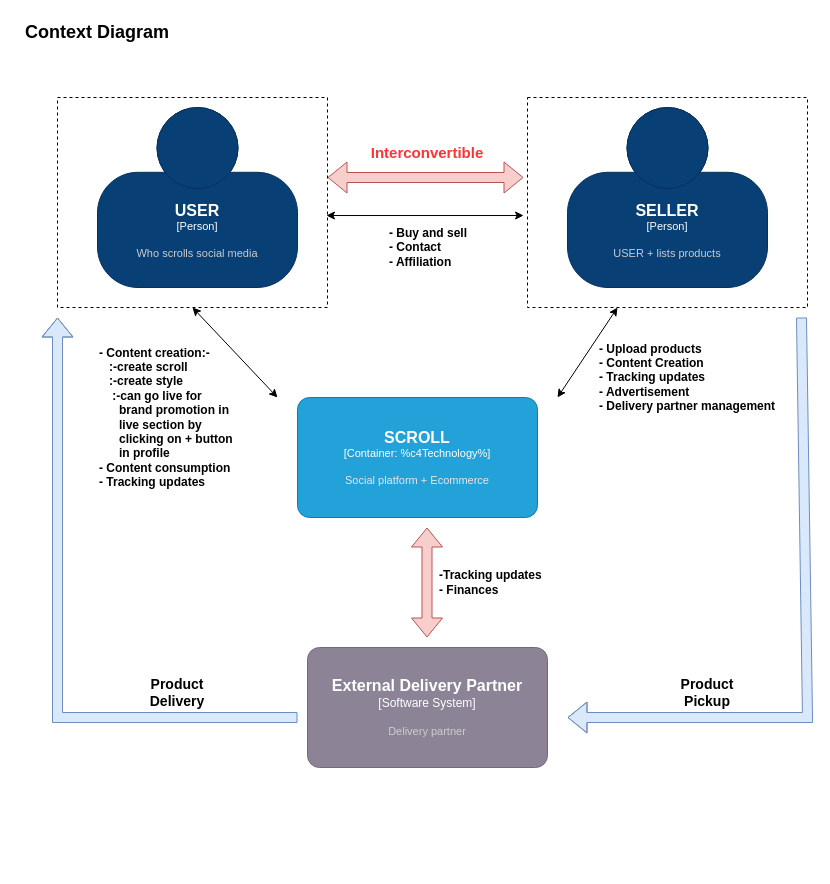
The draw.io diagram page "Page-1" (1 of 4) of Untitled Diagram.drawio in VishalJx/Draw.io, before the edit. Source tidied: cells renumbered, new cells numbered last; positions are measured from the earlier drawing's top-left corner, leaving out a move shared by most shapes. Both pictures are drawn from the tidied source at 100%, with x=0, y=0 at pixel (17, 17).
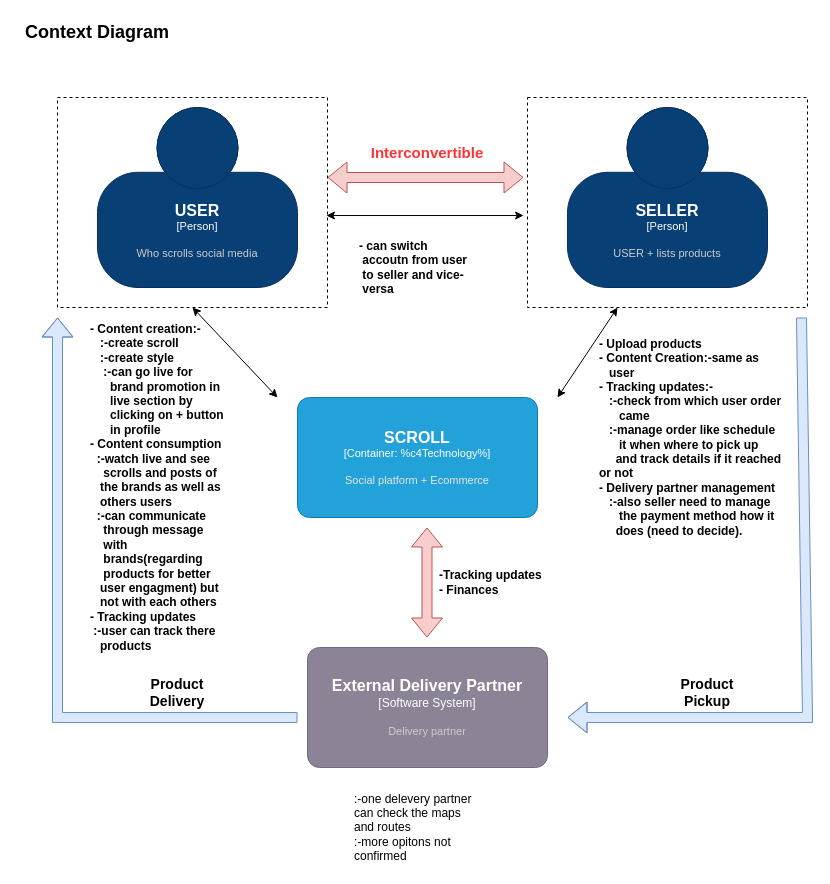
After the change.

Diff of the diagram source:
```diff
@@
-    <mxCell id="12" value="&lt;b&gt;- Upload products&lt;/b&gt;&lt;div&gt;&lt;b&gt;- Content Creation&lt;/b&gt;&lt;/div&gt;&lt;div&gt;&lt;b&gt;- Tracking updates&lt;/b&gt;&lt;/div&gt;&lt;div&gt;&lt;b&gt;- Advertisement&lt;/b&gt;&lt;/div&gt;&lt;div&gt;&lt;b&gt;- Delivery partner management&lt;/b&gt;&lt;/div&gt;" style="text;html=1;align=left;verticalAlign=middle;whiteSpace=wrap;rounded=0;" parent="1" vertex="1">
-      <mxGeometry x="580" y="310" width="190" height="100" as="geometry" />
+    <mxCell id="12" value="&lt;b&gt;- Upload products&lt;/b&gt;&lt;div&gt;&lt;b&gt;- Content Creation:-same as&amp;nbsp; &amp;nbsp; &amp;nbsp; &amp;nbsp; &amp;nbsp; &amp;nbsp;user&lt;/b&gt;&lt;/div&gt;&lt;div&gt;&lt;b&gt;- Tracking updates:-&lt;br&gt;&amp;nbsp; &amp;nbsp;:-check from which user order&amp;nbsp; &amp;nbsp; &amp;nbsp; &amp;nbsp; came&lt;br&gt;&amp;nbsp; &amp;nbsp;:-manage order like schedule&amp;nbsp; &amp;nbsp; &amp;nbsp; &amp;nbsp; &amp;nbsp; it when where to pick up&amp;nbsp;&lt;br&gt;&amp;nbsp; &amp;nbsp; &amp;nbsp;and track details if it reached or not&amp;nbsp;&lt;/b&gt;&lt;/div&gt;&lt;div&gt;&lt;b&gt;- Delivery partner management&lt;br&gt;&amp;nbsp; &amp;nbsp;:-also seller need to manage&lt;br&gt;&amp;nbsp; &amp;nbsp; &amp;nbsp; the payment method how it &lt;br&gt;&amp;nbsp; &amp;nbsp; &amp;nbsp;does (need to decide).&lt;/b&gt;&lt;/div&gt;" style="text;html=1;align=left;verticalAlign=middle;whiteSpace=wrap;rounded=0;" parent="1" vertex="1">
+      <mxGeometry x="580" y="370" width="190" height="100" as="geometry" />
     </mxCell>
@@
-    <mxCell id="15" value="&lt;b&gt;- Buy and sell&lt;/b&gt;&lt;div&gt;&lt;b&gt;- Contact&lt;/b&gt;&lt;/div&gt;&lt;div&gt;&lt;b&gt;- Affiliation&lt;/b&gt;&lt;/div&gt;" style="text;html=1;align=left;verticalAlign=middle;whiteSpace=wrap;rounded=0;" parent="1" vertex="1">
-      <mxGeometry x="370" y="190" width="120" height="80" as="geometry" />
+    <mxCell id="15" value="&lt;b&gt;- can switch&amp;nbsp; &amp;nbsp;accoutn from user&amp;nbsp; &amp;nbsp;to seller and vice-&amp;nbsp; &amp;nbsp;versa&lt;/b&gt;" style="text;html=1;align=left;verticalAlign=middle;whiteSpace=wrap;rounded=0;" parent="1" vertex="1">
+      <mxGeometry x="340" y="210" width="120" height="80" as="geometry" />
     </mxCell>
-    <mxCell id="16" value="&lt;b&gt;- Content creation:-&lt;/b&gt;&lt;div&gt;&lt;b&gt;&amp;nbsp; &amp;nbsp;:-create scroll&lt;br&gt;&amp;nbsp; &amp;nbsp;:-create style&lt;br&gt;&amp;nbsp; &amp;nbsp; :-can go live for&amp;nbsp; &amp;nbsp; &amp;nbsp; &amp;nbsp; &amp;nbsp; &amp;nbsp; &amp;nbsp; &amp;nbsp; brand promotion in&amp;nbsp; &amp;nbsp; &amp;nbsp; &amp;nbsp; live section by&amp;nbsp; &amp;nbsp; &amp;nbsp; &amp;nbsp; &amp;nbsp; &amp;nbsp; &amp;nbsp; &amp;nbsp; clicking on + button&amp;nbsp; &amp;nbsp; &amp;nbsp; &amp;nbsp; in profile&lt;br&gt;&lt;/b&gt;&lt;div&gt;&lt;b&gt;- Content consumption&lt;/b&gt;&lt;/div&gt;&lt;div&gt;&lt;b&gt;- Tracking updates&lt;/b&gt;&lt;/div&gt;&lt;/div&gt;" style="text;html=1;align=left;verticalAlign=middle;whiteSpace=wrap;rounded=0;" parent="1" vertex="1">
-      <mxGeometry x="80" y="360" width="140" height="80" as="geometry" />
+    <mxCell id="16" value="&lt;b&gt;- Content creation:-&lt;/b&gt;&lt;div&gt;&lt;b&gt;&amp;nbsp; &amp;nbsp;:-create scroll&lt;br&gt;&amp;nbsp; &amp;nbsp;:-create style&lt;br&gt;&amp;nbsp; &amp;nbsp; :-can go live for&amp;nbsp; &amp;nbsp; &amp;nbsp; &amp;nbsp; &amp;nbsp; &amp;nbsp; &amp;nbsp; &amp;nbsp; brand promotion in&amp;nbsp; &amp;nbsp; &amp;nbsp; &amp;nbsp; live section by&amp;nbsp; &amp;nbsp; &amp;nbsp; &amp;nbsp; &amp;nbsp; &amp;nbsp; &amp;nbsp; &amp;nbsp; clicking on + button&amp;nbsp; &amp;nbsp; &amp;nbsp; &amp;nbsp; in profile&lt;br&gt;&lt;/b&gt;&lt;div&gt;&lt;b&gt;- Content consumption&lt;br&gt;&amp;nbsp; :-watch live and see&amp;nbsp; &amp;nbsp; &amp;nbsp; &amp;nbsp; &amp;nbsp; scrolls and posts of&lt;br&gt;&amp;nbsp; &amp;nbsp;the brands as well as&amp;nbsp; &amp;nbsp; &amp;nbsp;others users&lt;br&gt;&amp;nbsp; :-can communicate&amp;nbsp; &amp;nbsp; &amp;nbsp; &amp;nbsp; &amp;nbsp; through message&amp;nbsp; &amp;nbsp; &amp;nbsp; &amp;nbsp; &amp;nbsp; &amp;nbsp; with&amp;nbsp; &amp;nbsp; &amp;nbsp; &amp;nbsp; &amp;nbsp; &amp;nbsp; &amp;nbsp; &amp;nbsp; &amp;nbsp; &amp;nbsp; &amp;nbsp; &amp;nbsp; &amp;nbsp; &amp;nbsp; &amp;nbsp; &amp;nbsp; &amp;nbsp; brands(regarding&amp;nbsp; &amp;nbsp; &amp;nbsp; &amp;nbsp; &amp;nbsp; &amp;nbsp; products for better&amp;nbsp; &amp;nbsp; &amp;nbsp; &amp;nbsp; &amp;nbsp;user engagment) but&amp;nbsp; &amp;nbsp; &amp;nbsp;not with each others&lt;/b&gt;&lt;/div&gt;&lt;div&gt;&lt;b&gt;- Tracking updates&lt;br&gt;&amp;nbsp;:-user can track there&amp;nbsp;&lt;br&gt;&amp;nbsp; &amp;nbsp;products&lt;/b&gt;&lt;/div&gt;&lt;/div&gt;" style="text;html=1;align=left;verticalAlign=middle;whiteSpace=wrap;rounded=0;" parent="1" vertex="1">
+      <mxGeometry x="71" y="430" width="140" height="80" as="geometry" />
     </mxCell>
@@
+    <mxCell id="23" value=":-one delevery partner can check the maps and routes&lt;br&gt;:-more opitons not confirmed" style="text;html=1;align=left;verticalAlign=middle;whiteSpace=wrap;rounded=0;" parent="1" vertex="1">
+      <mxGeometry x="335" y="770" width="120" height="80" as="geometry" />
+    </mxCell>
```
